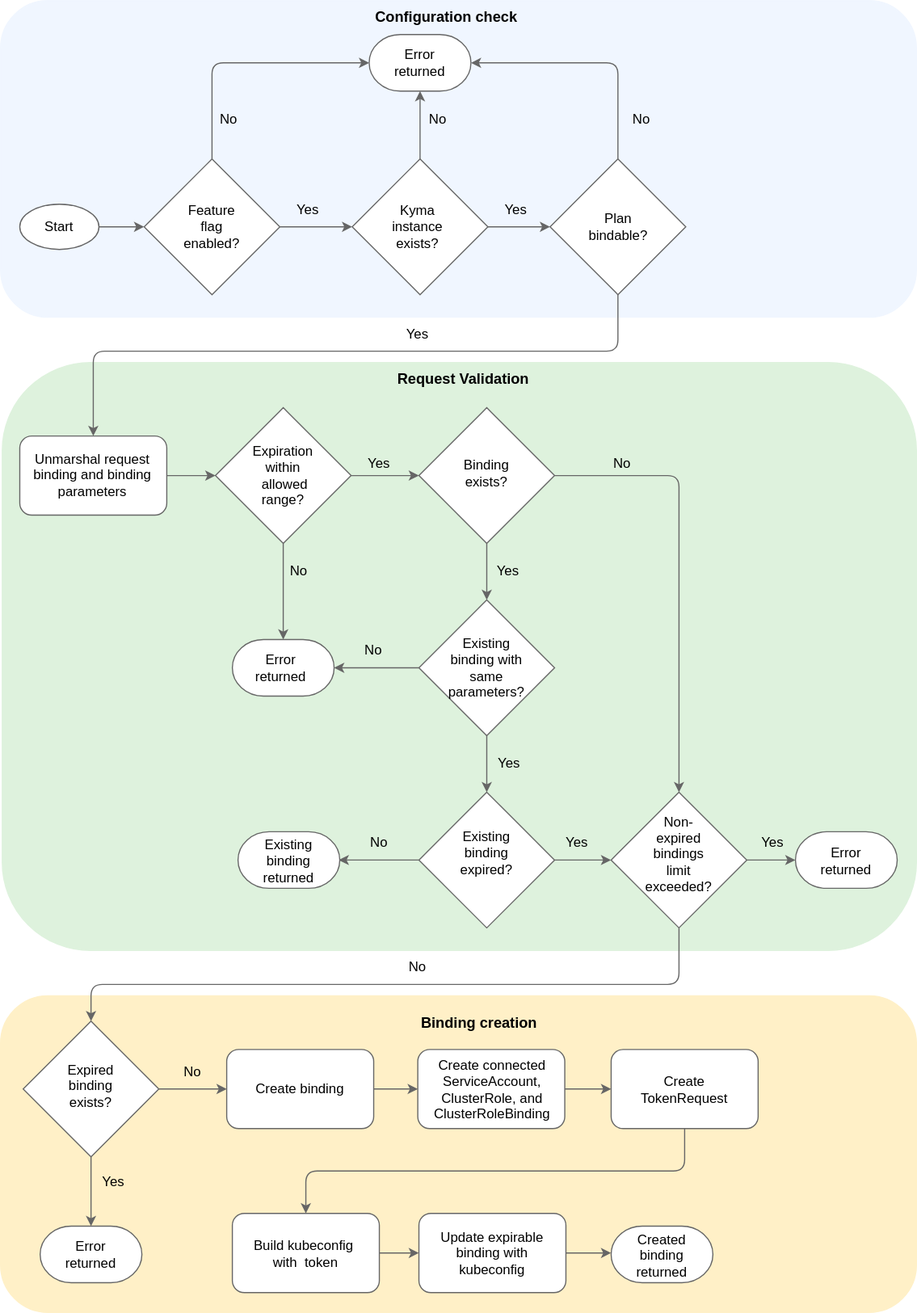
Before: docs/assets/bindings_create_flow.drawio.svg, a diagram exported from draw.io (kyma-project/kyma-environment-broker). Source tidied: cells renumbered, new cells last; positions are measured from the earlier drawing's top-left corner, leaving out a move shared by most shapes.
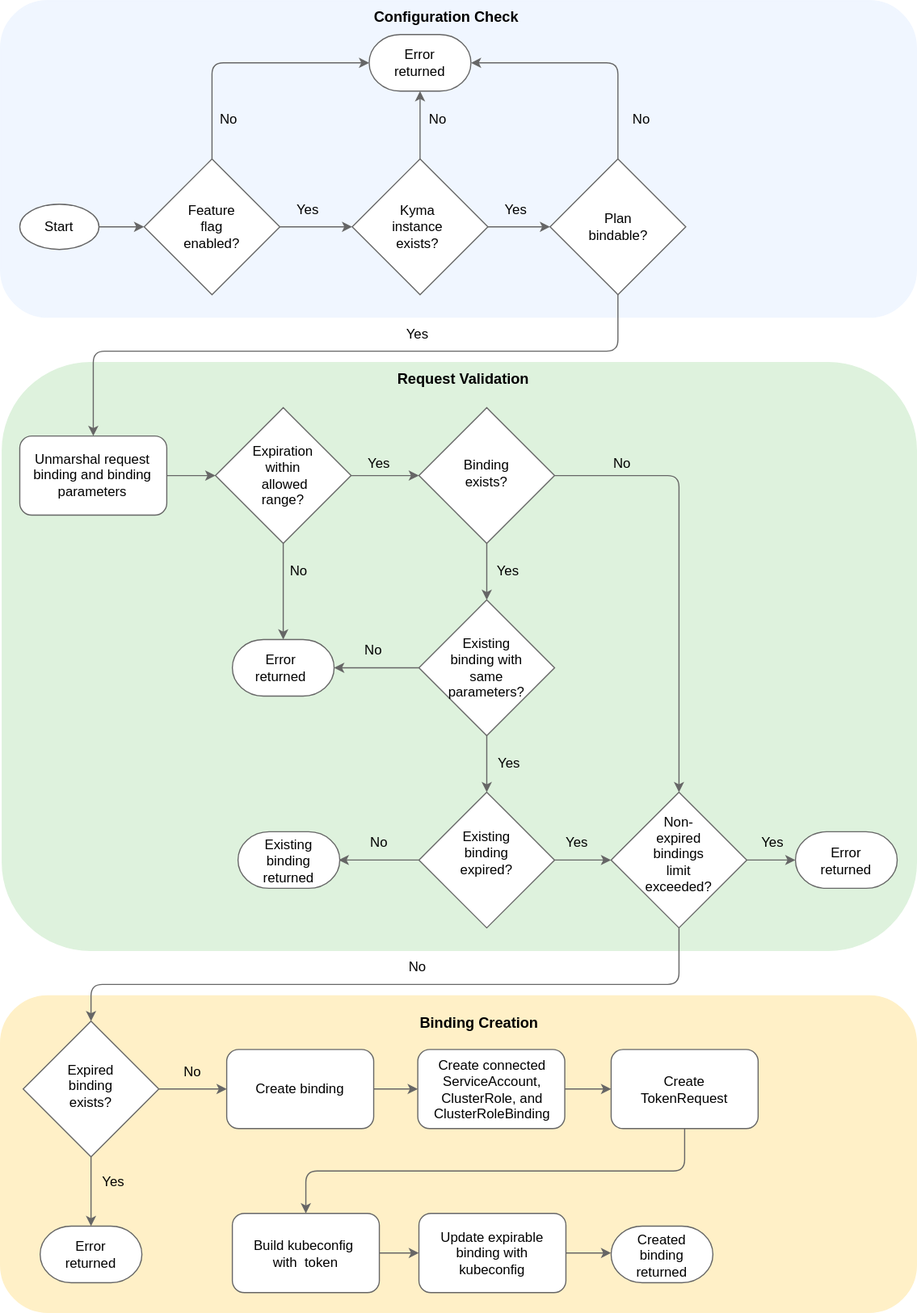
The same diagram one commit later.

What changed in the source:
```diff
@@ -259,13 +259,13 @@
     <mxCell id="82" value="No" style="text;html=1;align=center;verticalAlign=middle;whiteSpace=wrap;rounded=0;" parent="1" vertex="1">
       <mxGeometry x="140" y="932.5" width="60" height="30" as="geometry" />
     </mxCell>
-    <mxCell id="83" value="&lt;font size=&quot;1&quot; style=&quot;&quot;&gt;&lt;b style=&quot;font-size: 13px;&quot;&gt;Configuration check&lt;/b&gt;&lt;/font&gt;" style="text;html=1;align=center;verticalAlign=middle;whiteSpace=wrap;rounded=0;" parent="1" vertex="1">
+    <mxCell id="83" value="&lt;font size=&quot;1&quot; style=&quot;&quot;&gt;&lt;b style=&quot;font-size: 13px;&quot;&gt;Configuration Check&lt;/b&gt;&lt;/font&gt;" style="text;html=1;align=center;verticalAlign=middle;whiteSpace=wrap;rounded=0;" parent="1" vertex="1">
       <mxGeometry x="312" width="165" height="28" as="geometry" />
     </mxCell>
     <mxCell id="84" value="&lt;font size=&quot;1&quot; style=&quot;&quot;&gt;&lt;b style=&quot;font-size: 13px;&quot;&gt;Request Validation&lt;/b&gt;&lt;/font&gt;" style="text;html=1;align=center;verticalAlign=middle;whiteSpace=wrap;rounded=0;" parent="1" vertex="1">
       <mxGeometry x="327" y="320" width="165" height="28" as="geometry" />
     </mxCell>
-    <mxCell id="85" value="&lt;font size=&quot;1&quot; style=&quot;&quot;&gt;&lt;b style=&quot;font-size: 13px;&quot;&gt;Binding creation&lt;/b&gt;&lt;/font&gt;" style="text;html=1;align=center;verticalAlign=middle;whiteSpace=wrap;rounded=0;" parent="1" vertex="1">
+    <mxCell id="85" value="&lt;font size=&quot;1&quot; style=&quot;&quot;&gt;&lt;b style=&quot;font-size: 13px;&quot;&gt;Binding Creation&lt;/b&gt;&lt;/font&gt;" style="text;html=1;align=center;verticalAlign=middle;whiteSpace=wrap;rounded=0;" parent="1" vertex="1">
       <mxGeometry x="341" y="890" width="165" height="28" as="geometry" />
     </mxCell>
     <mxCell id="86" style="strokeWidth=1;html=1;shape=mxgraph.flowchart.terminator;whiteSpace=wrap;strokeColor=#666666;" parent="1" vertex="1">
```
